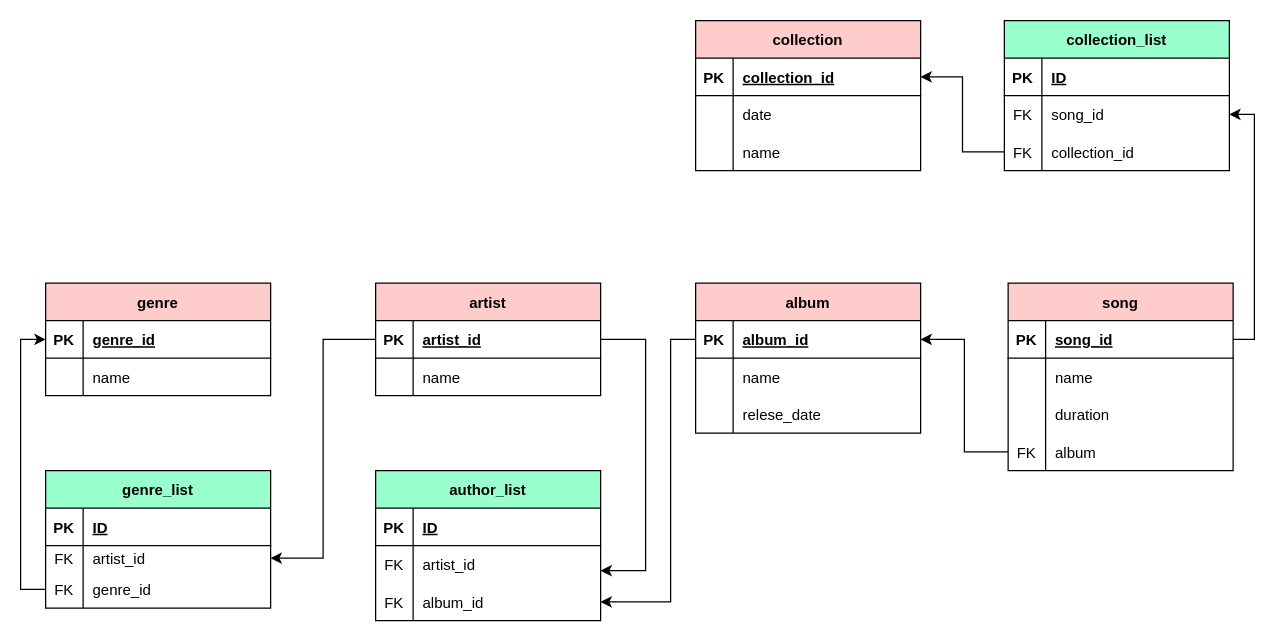
TimofeevAndrei/hw_graph keeps this draw.io diagram as 1.drawio. Above is the earlier version. Source tidied: cells renumbered, new cells numbered last; positions are measured from the earlier drawing's top-left corner, leaving out a move shared by most shapes. Both pictures are drawn from the tidied source at 125%, with x=0, y=0 at pixel (20, 20).
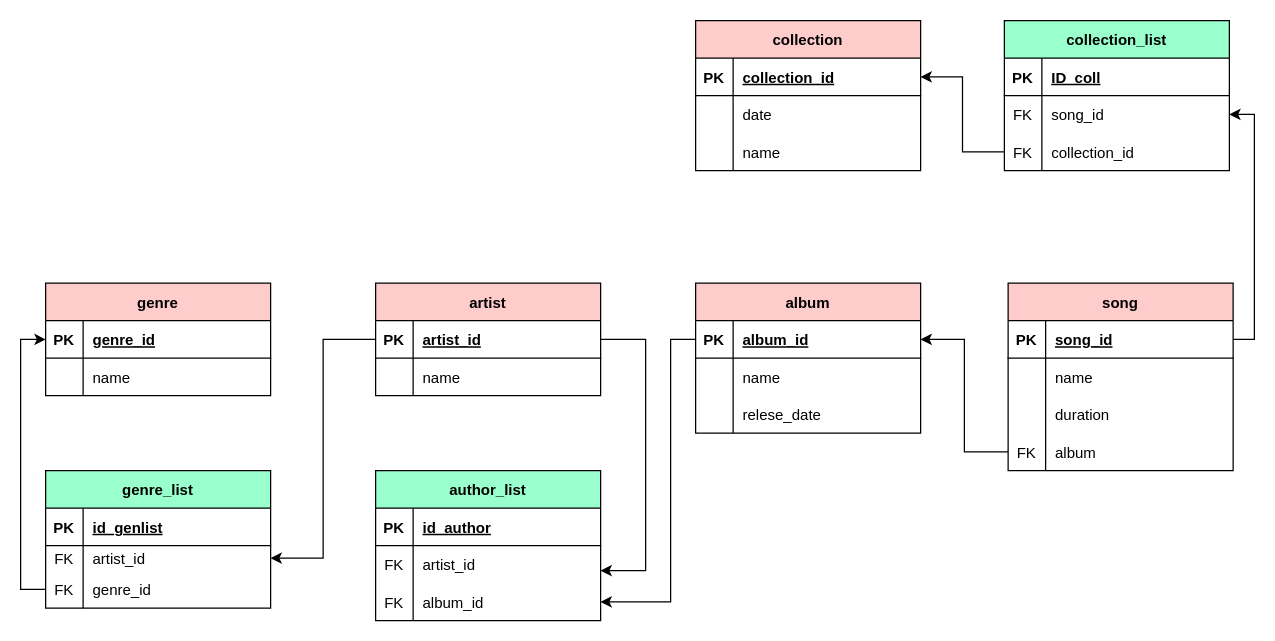
After the change.

The change refers to these unchanged cells:
```xml
<mxCell id="53" style="shape=tableRow;horizontal=0;startSize=0;swimlaneHead=0;swimlaneBody=0;fillColor=none;top=0;left=0;right=0;bottom=1;" parent="52" vertex="1">
  <mxGeometry y="30" width="180" height="30" as="geometry" />
</mxCell>
<mxCell id="64" style="shape=tableRow;horizontal=0;startSize=0;swimlaneHead=0;swimlaneBody=0;fillColor=none;top=0;left=0;right=0;bottom=1;" parent="63" vertex="1">
  <mxGeometry y="30" width="180" height="30" as="geometry" />
</mxCell>
<mxCell id="76" style="shape=tableRow;horizontal=0;startSize=0;swimlaneHead=0;swimlaneBody=0;fillColor=none;top=0;left=0;right=0;bottom=1;" parent="75" vertex="1">
  <mxGeometry y="30" width="180" height="30" as="geometry" />
</mxCell>
```

The edit, as a diff of the source:
```diff
@@
-    <mxCell id="55" value="ID" style="shape=partialRectangle;fillColor=none;top=0;left=0;bottom=0;right=0;align=left;spacingLeft=6;fontStyle=5;overflow=hidden;" parent="53" vertex="1">
+    <mxCell id="55" value="id_genlist" style="shape=partialRectangle;fillColor=none;top=0;left=0;bottom=0;right=0;align=left;spacingLeft=6;fontStyle=5;overflow=hidden;" parent="53" vertex="1">
       <mxGeometry x="30" width="150" height="30" as="geometry" />
     </mxCell>
@@
-    <mxCell id="66" value="ID" style="shape=partialRectangle;fillColor=none;top=0;left=0;bottom=0;right=0;align=left;spacingLeft=6;fontStyle=5;overflow=hidden;" parent="64" vertex="1">
+    <mxCell id="66" value="id_author" style="shape=partialRectangle;fillColor=none;top=0;left=0;bottom=0;right=0;align=left;spacingLeft=6;fontStyle=5;overflow=hidden;" parent="64" vertex="1">
       <mxGeometry x="30" width="150" height="30" as="geometry" />
     </mxCell>
@@
-    <mxCell id="78" value="ID" style="shape=partialRectangle;fillColor=none;top=0;left=0;bottom=0;right=0;align=left;spacingLeft=6;fontStyle=5;overflow=hidden;" parent="76" vertex="1">
+    <mxCell id="78" value="ID_coll" style="shape=partialRectangle;fillColor=none;top=0;left=0;bottom=0;right=0;align=left;spacingLeft=6;fontStyle=5;overflow=hidden;" parent="76" vertex="1">
       <mxGeometry x="30" width="150" height="30" as="geometry" />
     </mxCell>
```
